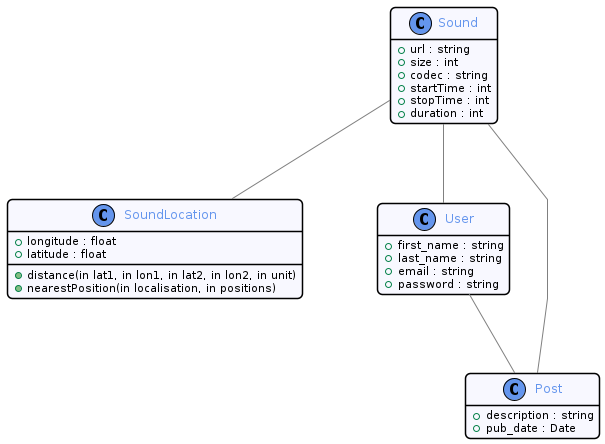
Before: docs/asciidoc/assets/SoundBond.png, a diagram exported from PlantUML (soundbond-team/soundbond). Source of this version:
```plantuml
@startuml SoundBond
!include ./commons.style


class Sound {
    +url : string
    +size : int
    +codec : string
    +startTime : int
    +stopTime : int
    +duration : int
}


class SoundLocation {
    +longitude : float
    +latitude : float
    +distance(in lat1, in lon1, in lat2, in lon2, in unit)
    +nearestPosition(in localisation, in positions)
}


class User {
    +first_name : string
    +last_name : string
    +email : string
    +password : string
}

class Post  {
    +description : string
    +pub_date : Date
}

User -- Post
Post -- Sound
Sound -- SoundLocation
Sound -- User

@enduml
```
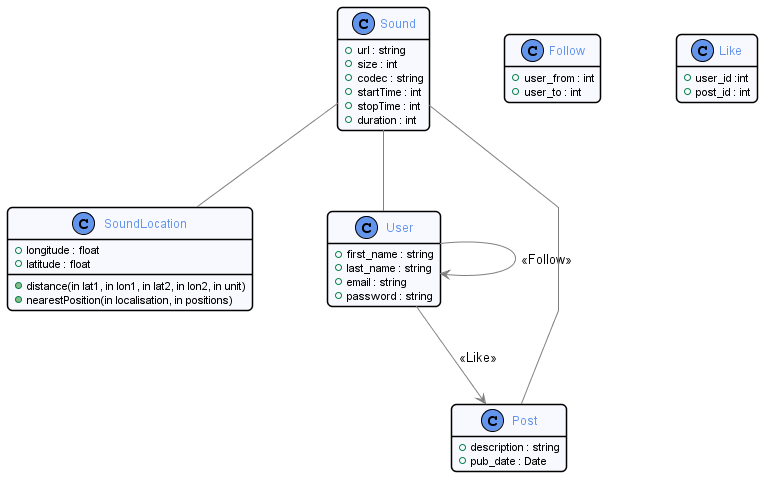
After the change.

Change to the diagram source:
```diff
@@ -32,7 +32,19 @@
     +pub_date : Date
 }
 
-User -- Post
+class Follow{
+    +user_from : int
+    +user_to : int
+}
+
+class Like{
+    +user_id :int
+    +post_id : int
+}
+
+
+User --> Post: <<Like>>
+User --> User: <<Follow>>
 Post -- Sound
 Sound -- SoundLocation
 Sound -- User
```
